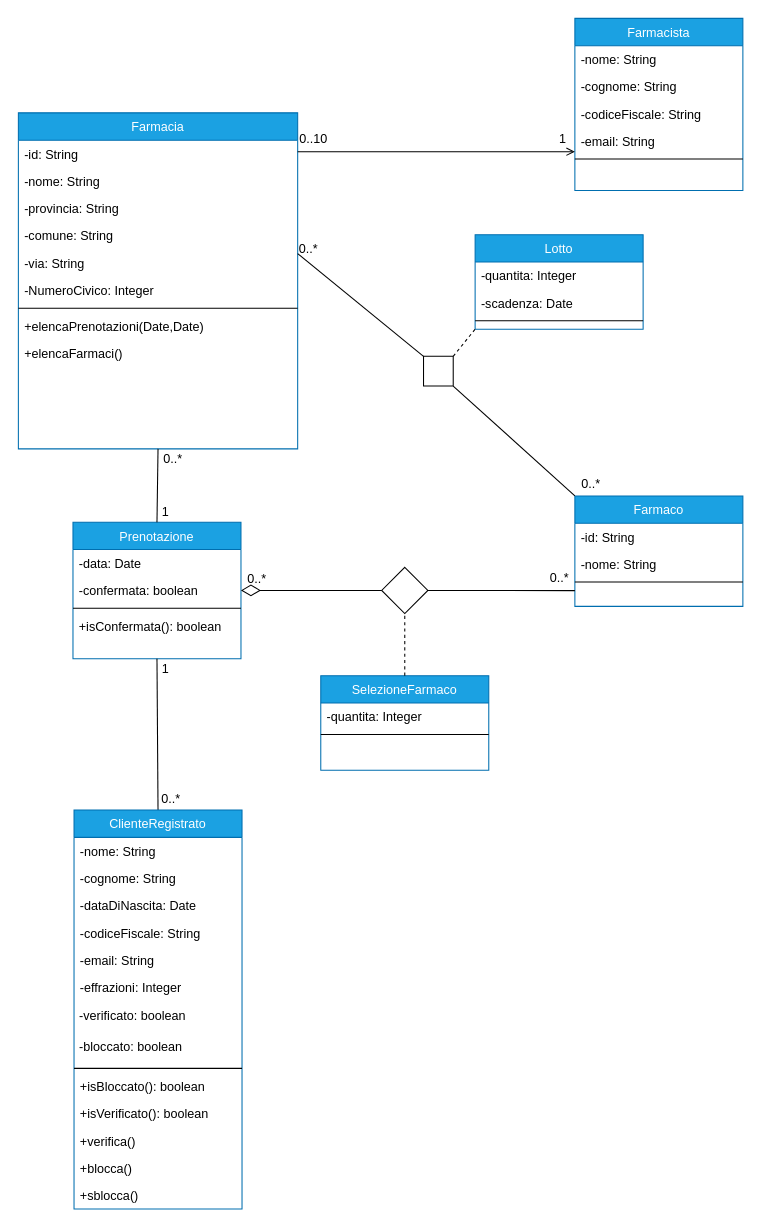
The draw.io diagram page "DominioFarmacia" (1 of 3) of drawio/Progettazione/DettaglioFarmacia.drawio in lnwor/farmabyte-doc, before the edit. Source tidied: cells renumbered, new cells numbered last; positions are measured from the earlier drawing's top-left corner, leaving out a move shared by most shapes. Both pictures are drawn from the tidied source at 105%, with x=0, y=0 at pixel (18, 18).
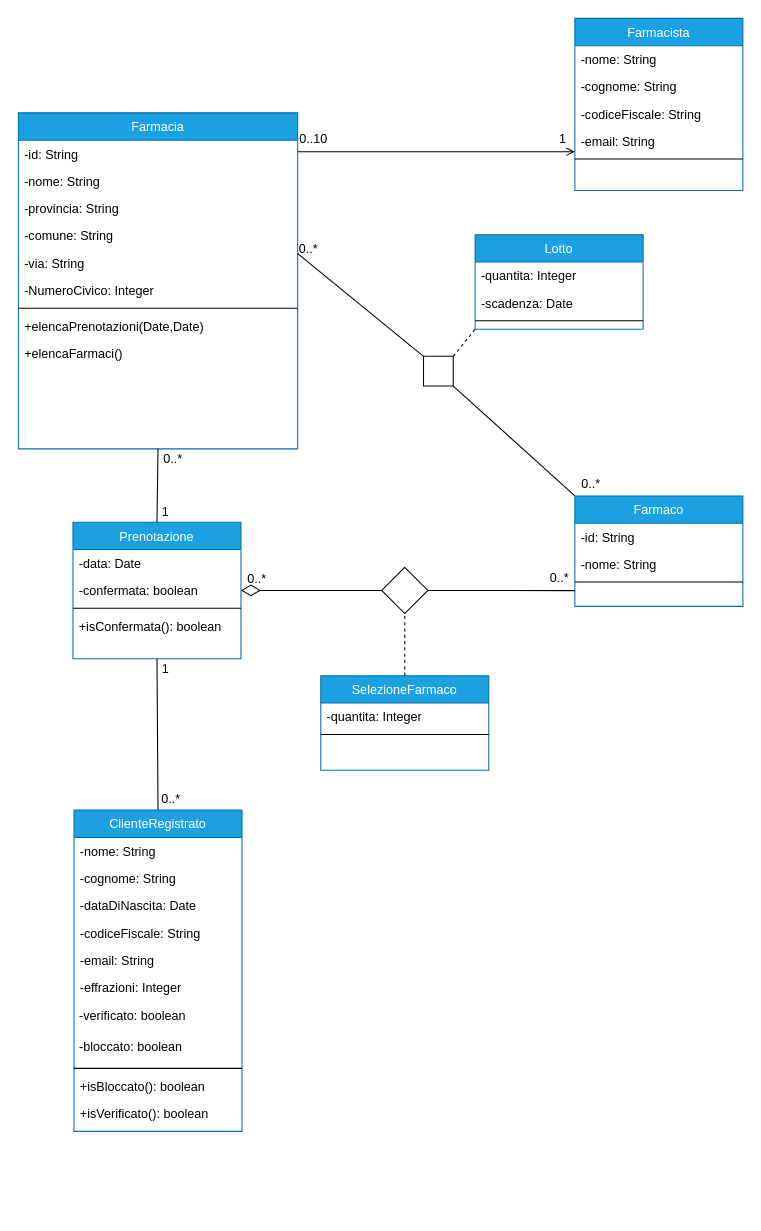
After the change.

Change to the diagram source:
```diff
@@
     <mxCell id="38" value="ClienteRegistrato" style="swimlane;fontStyle=0;align=center;verticalAlign=top;horizontal=1;startSize=26;rounded=0;shadow=0;strokeWidth=1;fillColor=#1ba1e2;strokeColor=#006EAF;fontColor=#ffffff;" parent="1" vertex="1">
-      <mxGeometry x="53" y="754" width="160" height="380" as="geometry" />
+      <mxGeometry x="53" y="754" width="160" height="306" as="geometry" />
     </mxCell>
@@
-    <mxCell id="50" value="+verifica()" style="text;align=left;verticalAlign=top;spacingLeft=4;spacingRight=4;overflow=hidden;" parent="38" vertex="1">
-      <mxGeometry y="302" width="160" height="26" as="geometry" />
-    </mxCell>
-    <mxCell id="51" value="+blocca()" style="text;align=left;verticalAlign=top;spacingLeft=4;spacingRight=4;overflow=hidden;" parent="38" vertex="1">
-      <mxGeometry y="328" width="160" height="26" as="geometry" />
-    </mxCell>
-    <mxCell id="52" value="+sblocca()" style="text;align=left;verticalAlign=top;spacingLeft=4;spacingRight=4;overflow=hidden;" parent="38" vertex="1">
-      <mxGeometry y="354" width="160" height="26" as="geometry" />
-    </mxCell>
```
